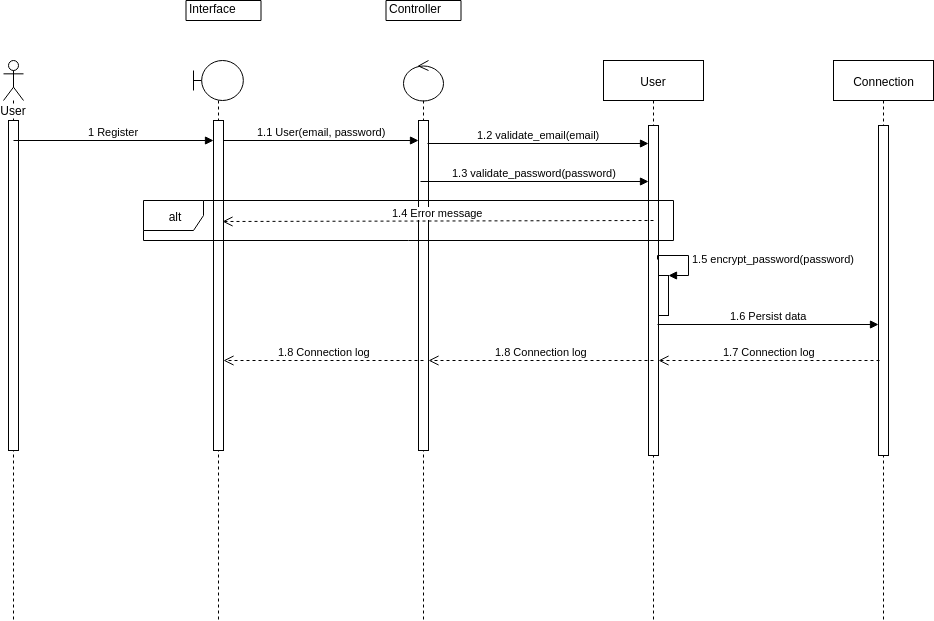
The draw.io diagram documentation/diagrams/sequence/user/register.png in hydroxion/document, before a commit. Source tidied: cells renumbered, new cells last; positions are measured from the earlier drawing's top-left corner, leaving out a move shared by most shapes.
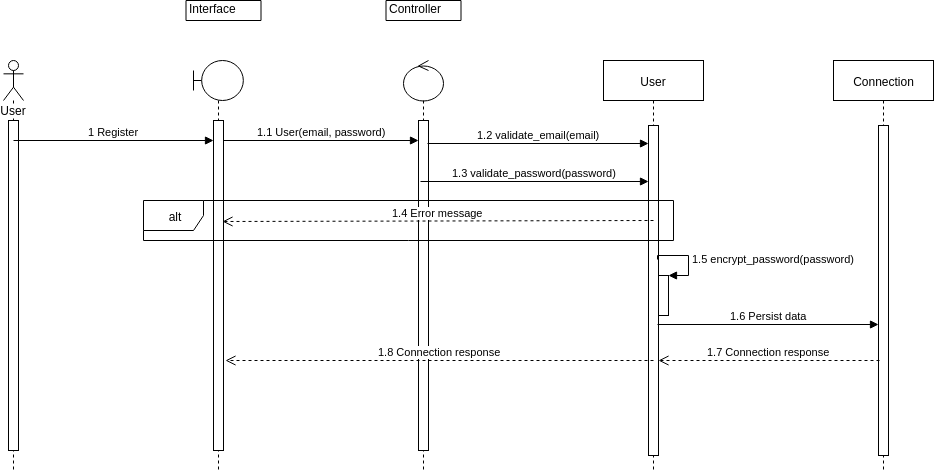
The same file after the commit.

Change to the diagram source:
```diff
@@ -3,7 +3,7 @@
     <mxCell id="0" />
     <mxCell id="1" parent="0" />
     <mxCell id="2" value="User" style="shape=umlLifeline;participant=umlActor;perimeter=lifelinePerimeter;whiteSpace=wrap;html=1;verticalAlign=top;spacingTop=36;labelBackgroundColor=#ffffff;" parent="1" vertex="1">
-      <mxGeometry y="60" width="20" height="560" as="geometry" />
+      <mxGeometry y="60" width="20" height="410" as="geometry" />
     </mxCell>
     <mxCell id="3" style="html=1;perimeter=orthogonalPerimeter;" parent="2" vertex="1">
       <mxGeometry x="5" y="60" width="10" height="330" as="geometry" />
@@ -14,7 +14,7 @@
       </mxGeometry>
     </mxCell>
     <mxCell id="5" style="shape=umlLifeline;participant=umlBoundary;perimeter=lifelinePerimeter;whiteSpace=wrap;html=1;verticalAlign=top;spacingTop=36;labelBackgroundColor=#ffffff;" parent="1" vertex="1">
-      <mxGeometry x="190" y="60" width="50" height="560" as="geometry" />
+      <mxGeometry x="190" y="60" width="50" height="410" as="geometry" />
     </mxCell>
     <mxCell id="6" style="html=1;points=[];perimeter=orthogonalPerimeter;" parent="5" vertex="1">
       <mxGeometry x="20" y="60" width="10" height="330" as="geometry" />
@@ -25,13 +25,13 @@
       </mxGeometry>
     </mxCell>
     <mxCell id="8" style="shape=umlLifeline;participant=umlControl;perimeter=lifelinePerimeter;whiteSpace=wrap;html=1;verticalAlign=top;spacingTop=36;labelBackgroundColor=#ffffff;" parent="1" vertex="1">
-      <mxGeometry x="400" y="60" width="40" height="560" as="geometry" />
+      <mxGeometry x="400" y="60" width="40" height="410" as="geometry" />
     </mxCell>
     <mxCell id="9" style="html=1;points=[];perimeter=orthogonalPerimeter;" parent="8" vertex="1">
       <mxGeometry x="15" y="60" width="10" height="330" as="geometry" />
     </mxCell>
     <mxCell id="10" value="User" style="shape=umlLifeline;perimeter=lifelinePerimeter;whiteSpace=wrap;html=1;" parent="1" vertex="1">
-      <mxGeometry x="600" y="60" width="100" height="560" as="geometry" />
+      <mxGeometry x="600" y="60" width="100" height="410" as="geometry" />
     </mxCell>
     <mxCell id="11" style="html=1;points=[];perimeter=orthogonalPerimeter;" parent="10" vertex="1">
       <mxGeometry x="45" y="65" width="10" height="330" as="geometry" />
@@ -55,7 +55,7 @@
       <mxGeometry x="382.5" width="75" height="20" as="geometry" />
     </mxCell>
     <mxCell id="16" value="Connection" style="shape=umlLifeline;perimeter=lifelinePerimeter;whiteSpace=wrap;html=1;" parent="1" vertex="1">
-      <mxGeometry x="830" y="60" width="100" height="560" as="geometry" />
+      <mxGeometry x="830" y="60" width="100" height="410" as="geometry" />
     </mxCell>
     <mxCell id="17" style="html=1;points=[];perimeter=orthogonalPerimeter;" parent="16" vertex="1">
       <mxGeometry x="45" y="65" width="10" height="330" as="geometry" />
@@ -76,7 +76,7 @@
         <mxPoint x="650" y="220" as="sourcePoint" />
       </mxGeometry>
     </mxCell>
-    <mxCell id="22" value="1.7 Connection log" style="html=1;verticalAlign=bottom;endArrow=open;dashed=1;endSize=8;" parent="1" edge="1" target="11">
+    <mxCell id="22" value="1.7 Connection response" style="html=1;verticalAlign=bottom;endArrow=open;dashed=1;endSize=8;" parent="1" edge="1" target="11">
       <mxGeometry relative="1" as="geometry">
         <mxPoint x="876" y="360" as="sourcePoint" />
         <Array as="points">
@@ -87,15 +87,10 @@
     <mxCell id="23" value="1.6 Persist data" style="html=1;verticalAlign=bottom;endArrow=block;exitX=0.926;exitY=0.602;exitDx=0;exitDy=0;exitPerimeter=0;" parent="1" edge="1" source="11" target="17">
       <mxGeometry relative="1" as="geometry" />
     </mxCell>
-    <mxCell id="24" value="1.8 Connection log" style="html=1;verticalAlign=bottom;endArrow=open;dashed=1;endSize=8;" parent="1" edge="1" target="9">
+    <mxCell id="24" value="1.8 Connection response" style="html=1;verticalAlign=bottom;endArrow=open;dashed=1;endSize=8;entryX=1.176;entryY=0.727;entryDx=0;entryDy=0;entryPerimeter=0;" parent="1" edge="1" target="6">
       <mxGeometry relative="1" as="geometry">
         <mxPoint x="650" y="360" as="sourcePoint" />
       </mxGeometry>
     </mxCell>
-    <mxCell id="25" value="1.8 Connection log" style="html=1;verticalAlign=bottom;endArrow=open;dashed=1;endSize=8;" parent="1" edge="1" target="6">
-      <mxGeometry relative="1" as="geometry">
-        <mxPoint x="420" y="360" as="sourcePoint" />
-      </mxGeometry>
-    </mxCell>
   </root>
 </mxGraphModel>
```
